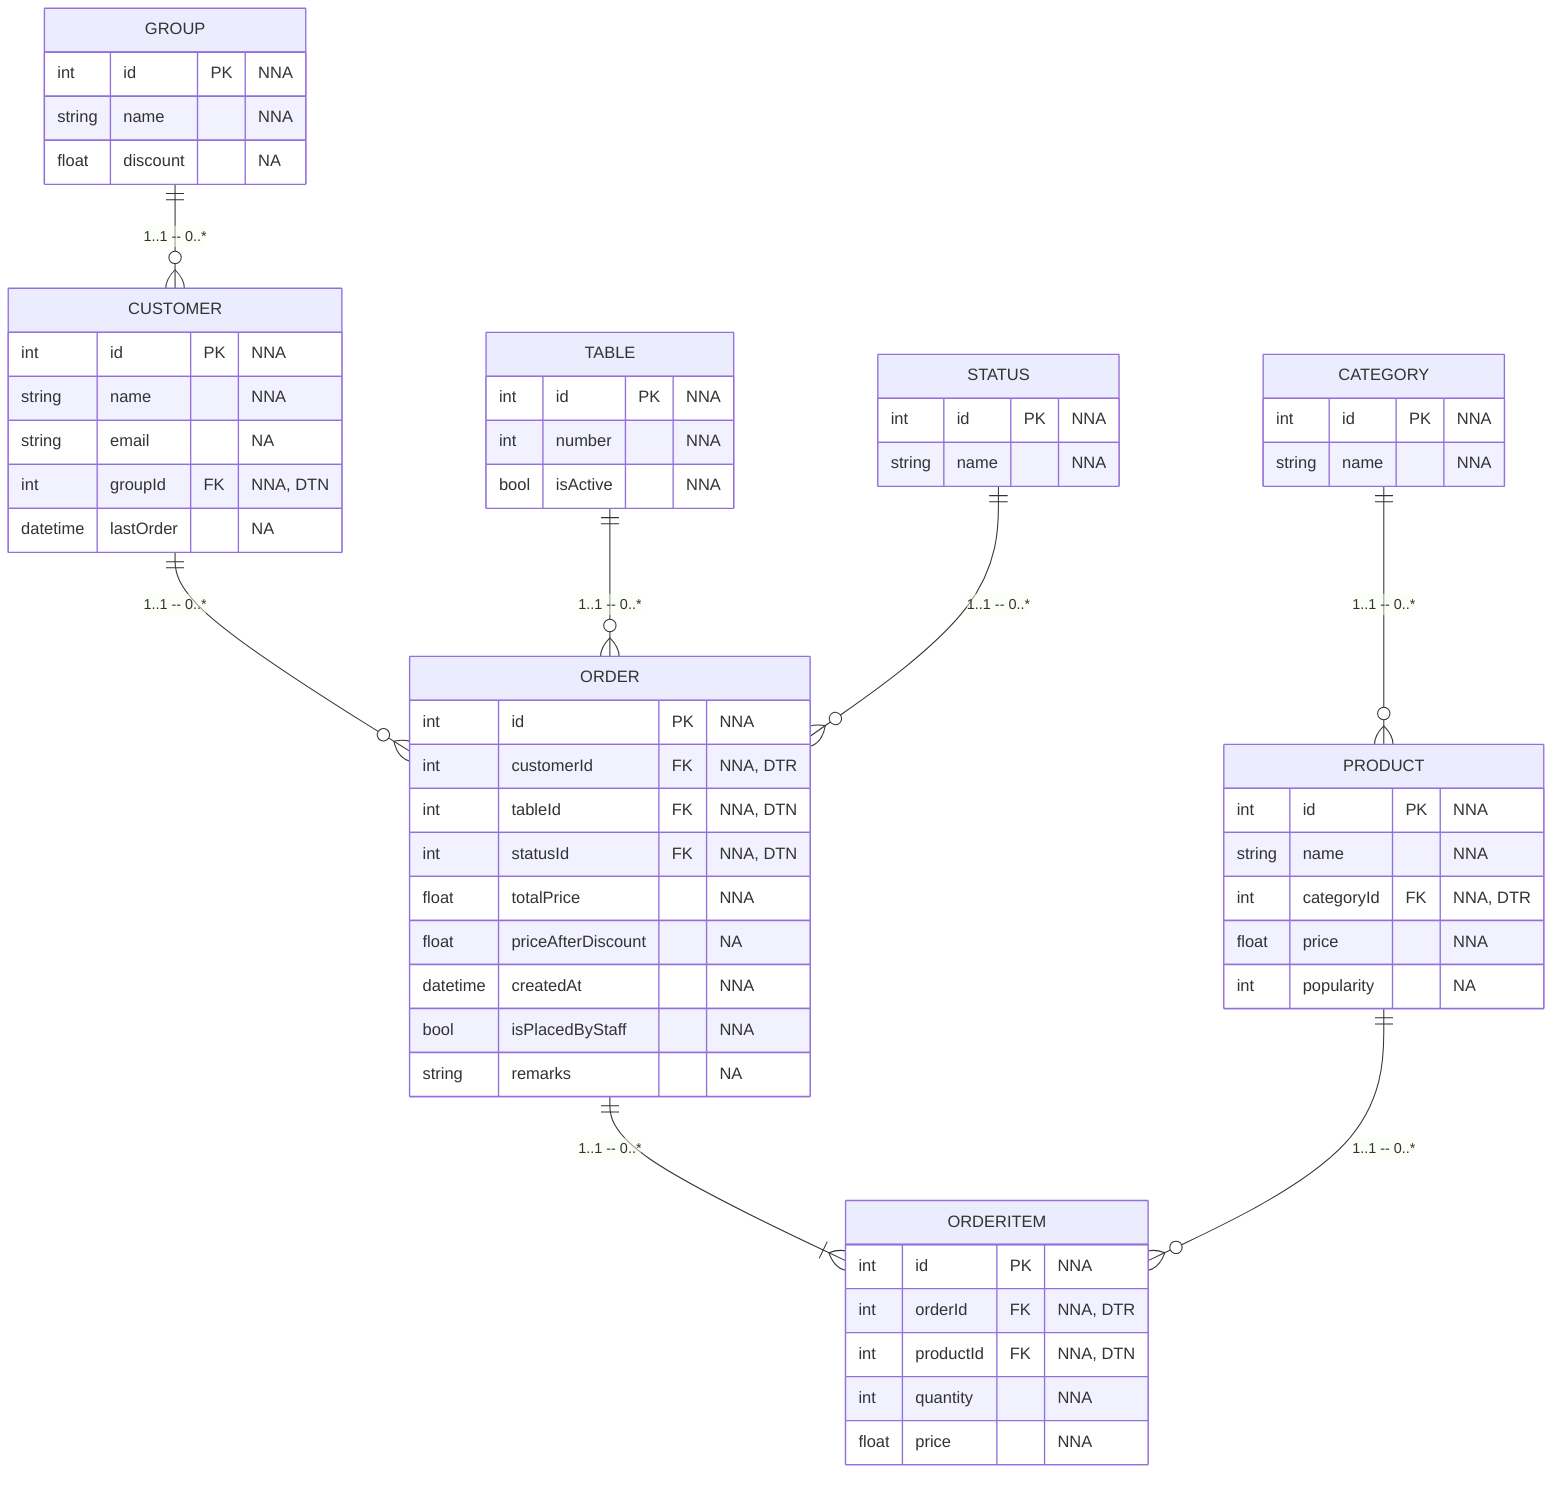
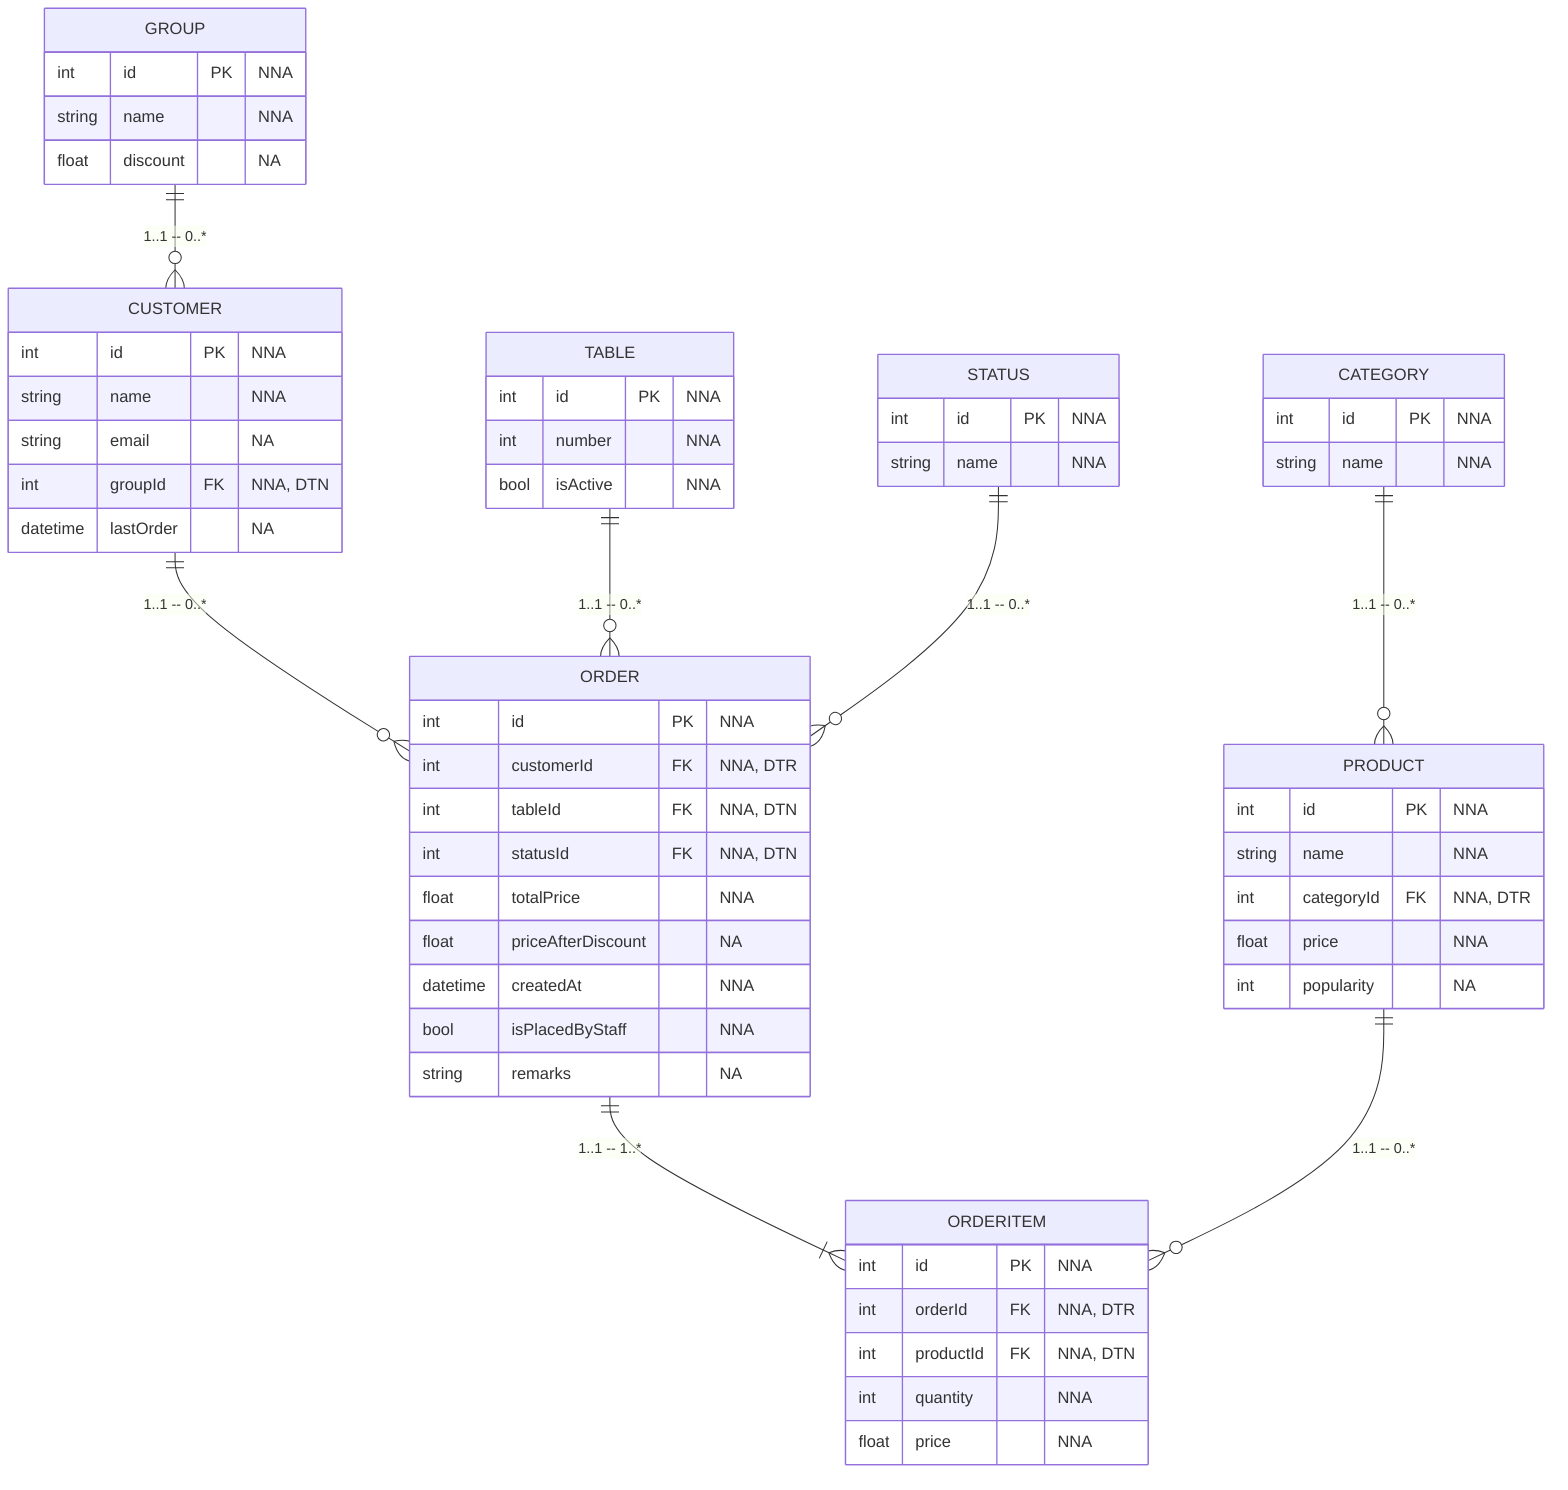
erDiagram
    CUSTOMER ||--o{ ORDER : "1..1 -- 0..*"
    TABLE ||--o{ ORDER : "1..1 -- 0..*"
    STATUS ||--o{ ORDER : "1..1 -- 0..*"
-     ORDER ||--|{ ORDERITEM : "1..1 -- 0..*"
+     ORDER ||--|{ ORDERITEM : "1..1 -- 1..*"
    PRODUCT ||--o{ ORDERITEM : "1..1 -- 0..*"
    GROUP ||--o{ CUSTOMER : "1..1 -- 0..*"
    CATEGORY ||--o{ PRODUCT : "1..1 -- 0..*"

    CUSTOMER {
           int id PK "NNA"
           string name "NNA"
           string email "NA"
           int groupId FK "NNA, DTN"
           datetime lastOrder "NA"
    }
    GROUP {
        int id PK "NNA"
        string name "NNA"
        float discount "NA"
    }
    TABLE {
    int id PK "NNA"
    int number "NNA"
    bool isActive "NNA"
    }
    PRODUCT {
        int id PK "NNA"
        string name "NNA"
        int categoryId FK "NNA, DTR"
        float price "NNA"
        int popularity "NA"
    }
    CATEGORY {
        int id PK "NNA"
        string name "NNA"
    }
    ORDER {
           int id PK "NNA"
           int customerId FK "NNA, DTR"
           int tableId FK "NNA, DTN"
           int statusId FK "NNA, DTN"
           float totalPrice "NNA"
           float priceAfterDiscount "NA"
           datetime createdAt "NNA"
           bool isPlacedByStaff "NNA"
           string remarks "NA"
    }
    STATUS {
        int id PK "NNA"
        string name "NNA"
    }
    ORDERITEM {
           int id PK "NNA"
           int orderId FK "NNA, DTR"
           int productId FK "NNA, DTN"
           int quantity "NNA"
           float price "NNA"
    }
